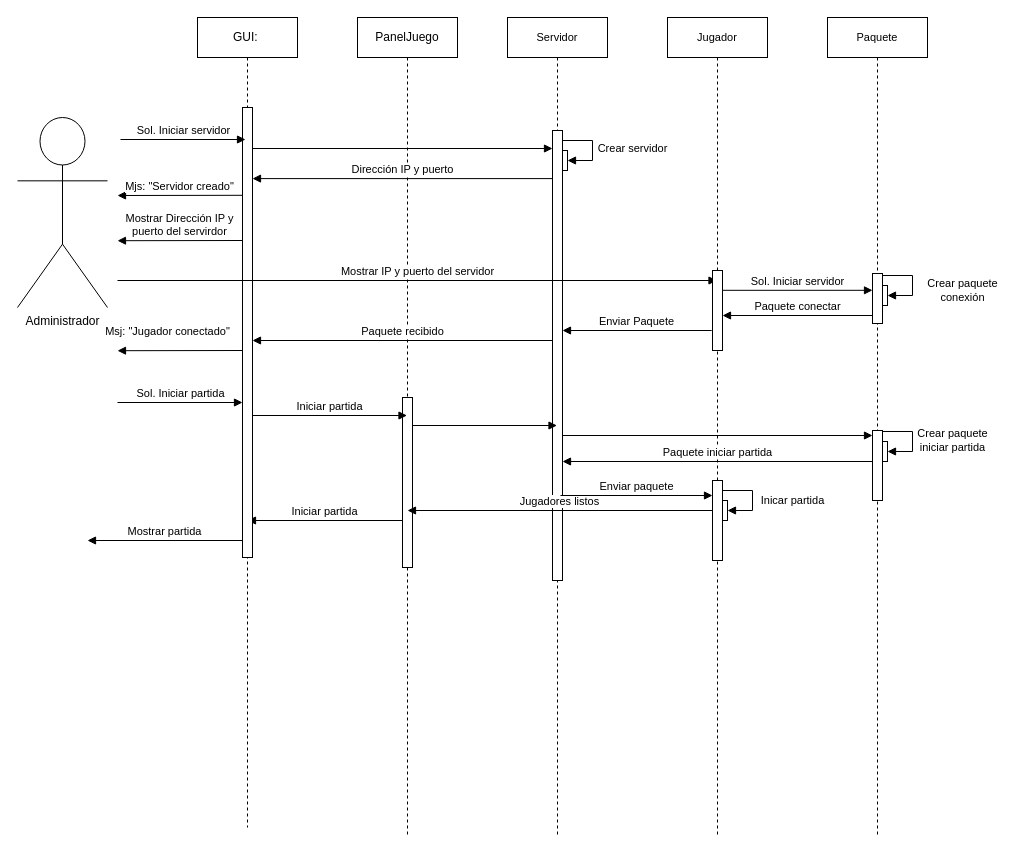
Above: page "Crear Partida / Iniciar Partida - Secuencia" (6 of 8) of UML/UML.drawio in Carlos19men/EcoCrossing (draw.io), before the change. Source tidied: cells renumbered, new cells numbered last; positions are measured from the earlier drawing's top-left corner, leaving out a move shared by most shapes. Both pictures are drawn from the tidied source at 100%, with x=0, y=0 at pixel (17, 17).
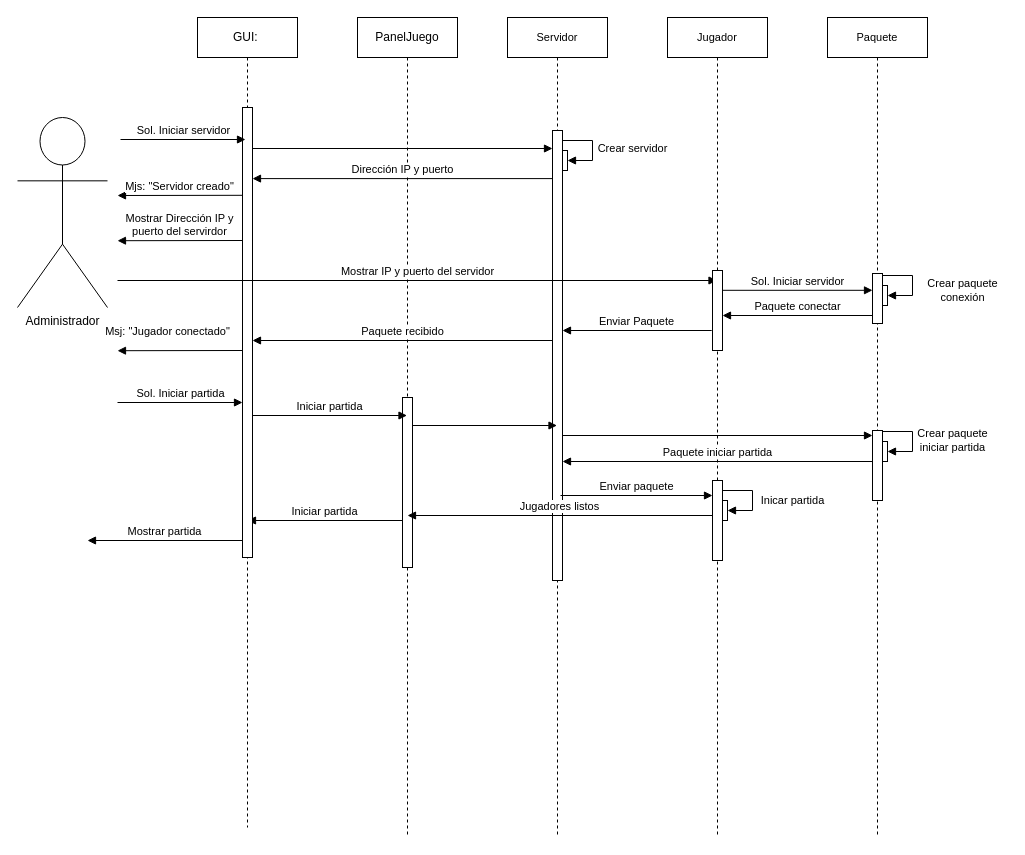
Above is the later version.

The change refers to these unchanged cells:
```xml
<mxCell id="16" value="Servidor" style="shape=umlLifeline;perimeter=lifelinePerimeter;whiteSpace=wrap;html=1;fontSize=11;" parent="1" vertex="1">
  <mxGeometry x="490" width="100" height="820" as="geometry" />
</mxCell>
<mxCell id="26" style="html=1;points=[];perimeter=orthogonalPerimeter;fontSize=11;" parent="23" vertex="1">
  <mxGeometry x="45" y="463" width="10" height="80" as="geometry" />
</mxCell>
```

The edit, as a diff of the source:
```diff
@@
-    <mxCell id="22" value="Jugadores listos" style="html=1;verticalAlign=bottom;endArrow=block;rounded=0;fontSize=11;" parent="16" edge="1" source="26">
+    <mxCell id="22" value="Jugadores listos" style="html=1;verticalAlign=bottom;endArrow=block;rounded=0;fontSize=11;" parent="16" edge="1">
       <mxGeometry relative="1" as="geometry">
-        <mxPoint x="-100" y="493" as="targetPoint" />
+        <mxPoint x="205" y="498" as="sourcePoint" />
+        <mxPoint x="-100" y="498" as="targetPoint" />
       </mxGeometry>
     </mxCell>
```
